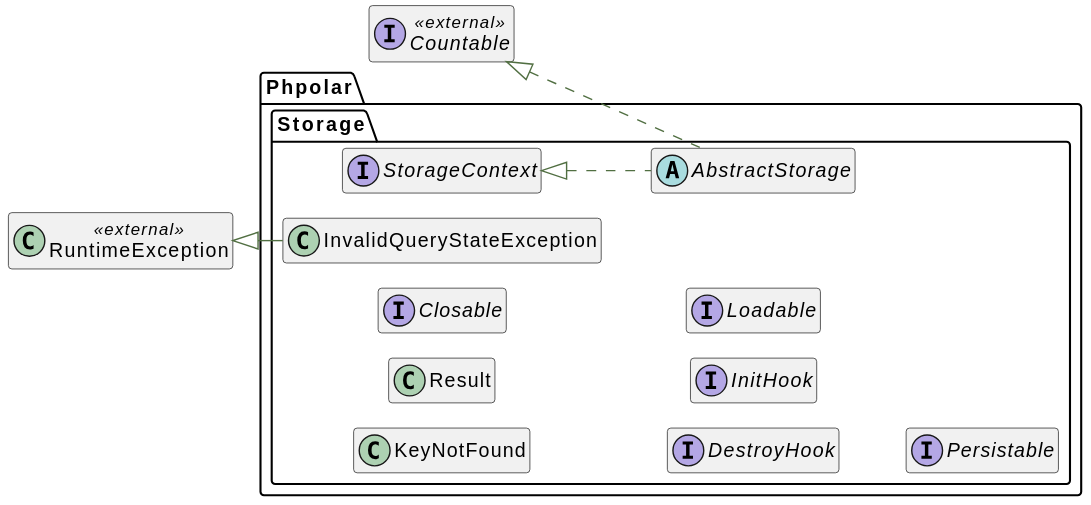
Before: docs/graphs/classes.svg, a diagram exported from PlantUML (phpolar/storage).
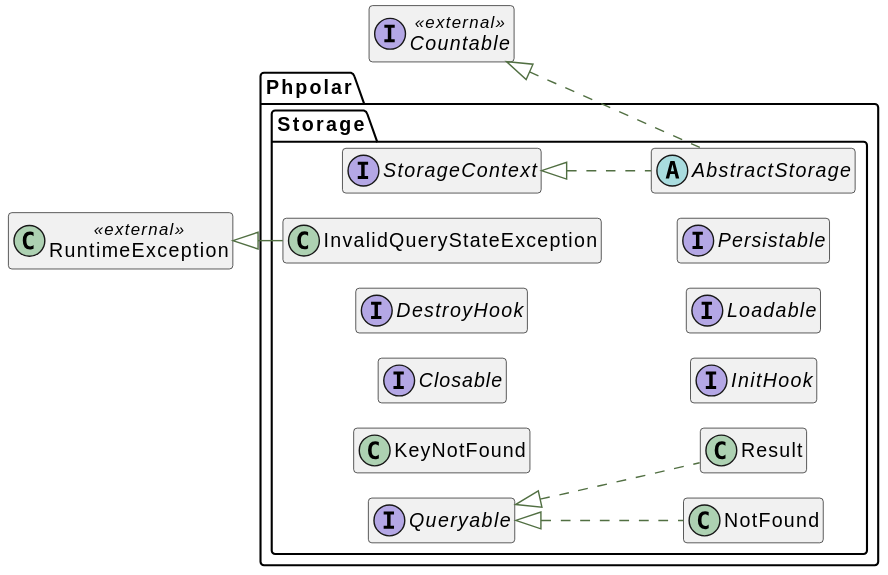
Later version of the same file.

What changed in the source:
```diff
@@ -34,7 +34,15 @@
     }
 }
 namespace Phpolar\\Storage {
-     class "Result" as Result__class    {
+    interface "Queryable" as Queryable__interface  {
+    }
+}
+namespace Phpolar\\Storage {
+     class "NotFound" as NotFound__class    implements \\Phpolar\\Storage\\Queryable__interface {
+    }
+}
+namespace Phpolar\\Storage {
+     class "Result" as Result__class    implements \\Phpolar\\Storage\\Queryable__interface {
     }
 }
 namespace Phpolar\\Storage {
```
